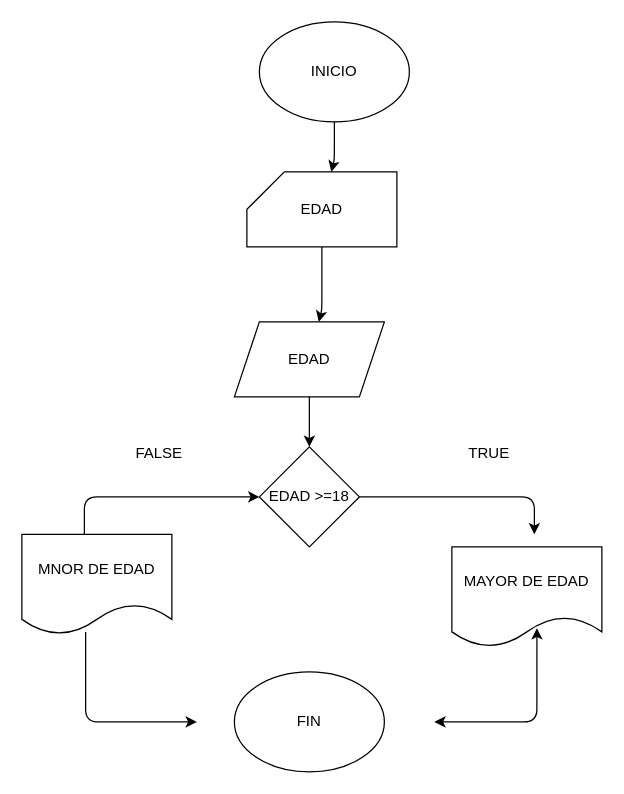
This is ejercicio1_mayor_edad/diagrama.drawio from daniela1626/estructuras_condicionales_js, a draw.io file, before an edit. Source tidied: cells renumbered, new cells numbered last; positions are measured from the earlier drawing's top-left corner, leaving out a move shared by most shapes. Both pictures are drawn from the tidied source at 125%, with x=0, y=0 at pixel (21, 21).
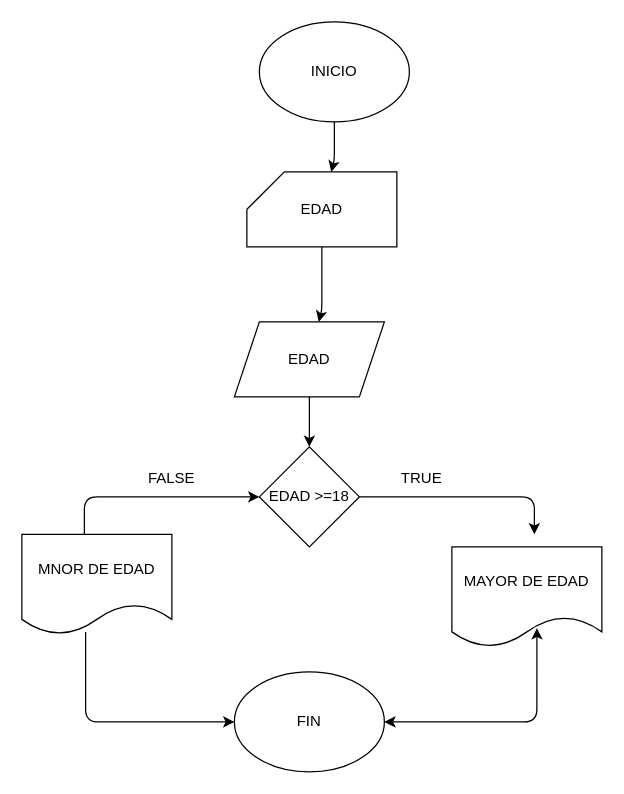
Above is the later version.

The change refers to these unchanged cells:
```xml
<mxCell id="11" value="MAYOR DE EDAD" style="shape=document;whiteSpace=wrap;html=1;boundedLbl=1;" parent="1" vertex="1">
  <mxGeometry x="344" y="420" width="120" height="80" as="geometry" />
</mxCell>
<mxCell id="12" value="MNOR DE EDAD" style="shape=document;whiteSpace=wrap;html=1;boundedLbl=1;" parent="1" vertex="1">
  <mxGeometry y="410" width="120" height="80" as="geometry" />
</mxCell>
<mxCell id="17" value="FIN" style="ellipse;whiteSpace=wrap;html=1;" parent="1" vertex="1">
  <mxGeometry x="170" y="520" width="120" height="80" as="geometry" />
</mxCell>
```

Diff of the diagram source:
```diff
@@
     <mxCell id="8" value="TRUE" style="text;html=1;strokeColor=none;fillColor=none;align=center;verticalAlign=middle;whiteSpace=wrap;rounded=0;" parent="1" vertex="1">
-      <mxGeometry x="344" y="330" width="60" height="30" as="geometry" />
+      <mxGeometry x="290" y="350" width="60" height="30" as="geometry" />
     </mxCell>
@@
     <mxCell id="10" value="FALSE" style="text;html=1;strokeColor=none;fillColor=none;align=center;verticalAlign=middle;whiteSpace=wrap;rounded=0;" parent="1" vertex="1">
-      <mxGeometry x="80" y="330" width="60" height="30" as="geometry" />
+      <mxGeometry x="90" y="350" width="60" height="30" as="geometry" />
     </mxCell>
@@
-    <mxCell id="15" style="endArrow=classic;html=1;exitX=0.425;exitY=0.975;exitDx=0;exitDy=0;exitPerimeter=0;" parent="1" edge="1" source="12">
+    <mxCell id="15" style="endArrow=classic;html=1;exitX=0.425;exitY=0.975;exitDx=0;exitDy=0;exitPerimeter=0;entryX=0;entryY=0.5;entryDx=0;entryDy=0;" parent="1" edge="1" source="12" target="17">
       <mxGeometry relative="1" as="geometry">
-        <mxPoint x="140" y="560" as="targetPoint" />
         <Array as="points">
           <mxPoint x="51" y="560" />
         </Array>
       </mxGeometry>
     </mxCell>
-    <mxCell id="16" style="endArrow=classic;startArrow=classic;html=1;entryX=0.567;entryY=0.813;entryDx=0;entryDy=0;entryPerimeter=0;" parent="1" edge="1" target="11">
+    <mxCell id="16" style="endArrow=classic;startArrow=classic;html=1;entryX=0.567;entryY=0.813;entryDx=0;entryDy=0;entryPerimeter=0;exitX=1;exitY=0.5;exitDx=0;exitDy=0;" parent="1" edge="1" source="17" target="11">
       <mxGeometry relative="1" as="geometry">
-        <mxPoint x="330" y="560" as="sourcePoint" />
         <Array as="points">
           <mxPoint x="412" y="560" />
         </Array>
       </mxGeometry>
     </mxCell>
```
